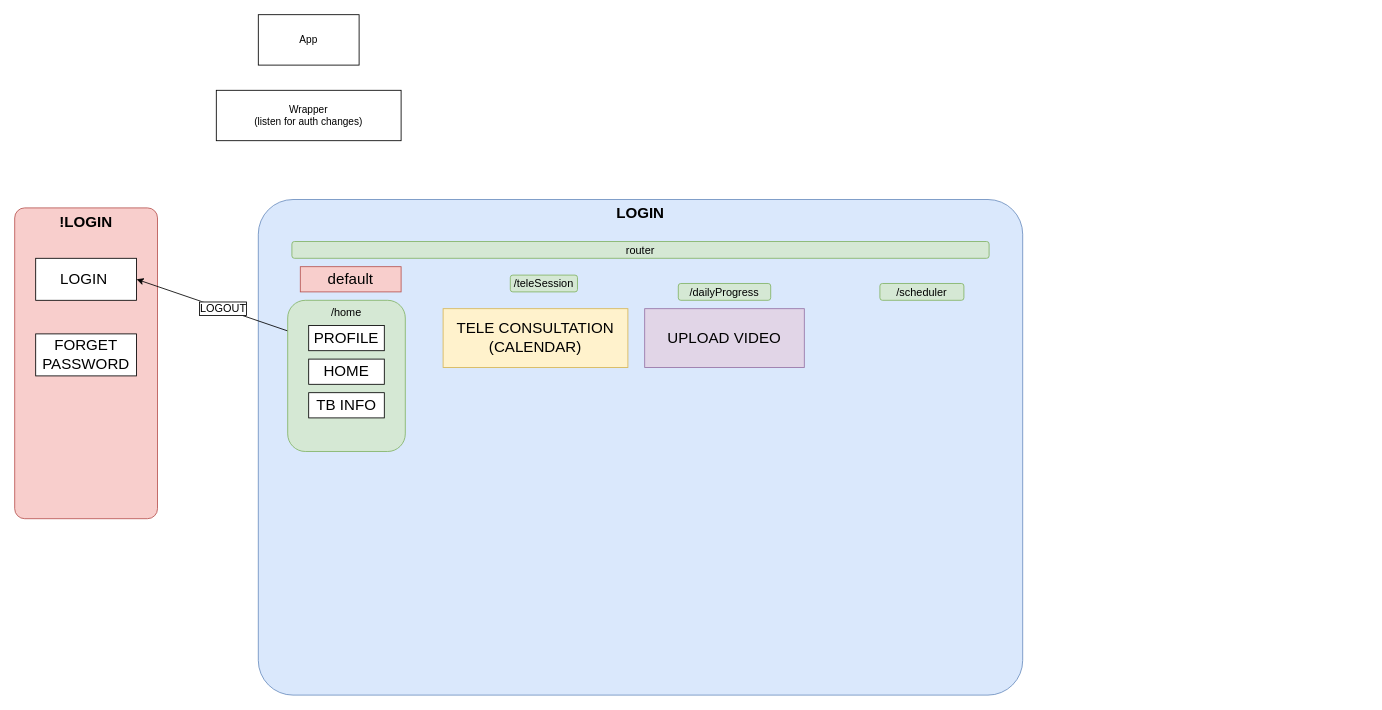
lydia0423/TB_e_health keeps this draw.io diagram as architecture.drawio. Above is the earlier version. Source tidied: cells renumbered, new cells numbered last; positions are measured from the earlier drawing's top-left corner, leaving out a move shared by most shapes. Both pictures are drawn from the tidied source at 84%, with x=0, y=0 at pixel (14, 14).
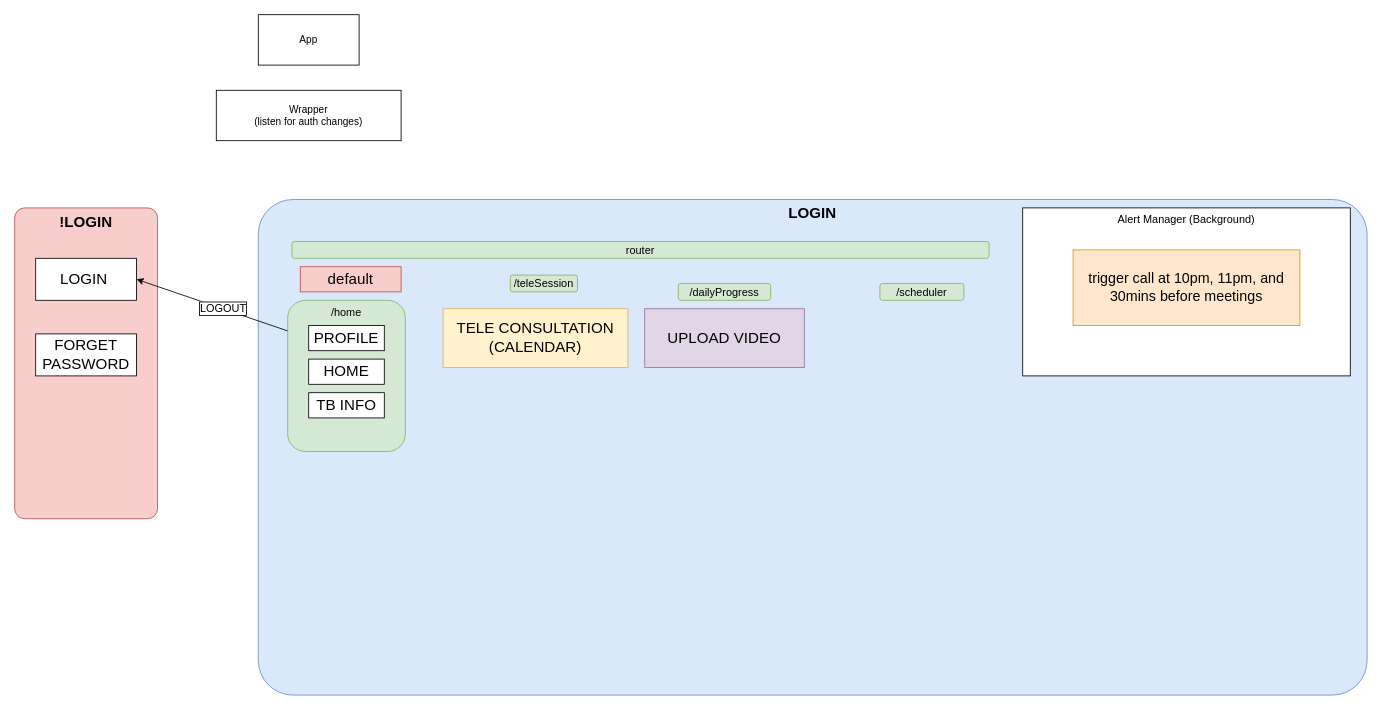
The same page after the edit.

The edit, as a diff of the source:
```diff
@@
     <mxCell id="2" value="LOGIN" style="rounded=1;whiteSpace=wrap;html=1;arcSize=7;fillColor=#dae8fc;strokeColor=#6c8ebf;horizontal=1;verticalAlign=top;fontStyle=1;fontSize=18;" parent="1" vertex="1">
-      <mxGeometry x="290" y="220" width="910" height="590" as="geometry" />
+      <mxGeometry x="290" y="220" width="1320" height="590" as="geometry" />
     </mxCell>
@@
+    <mxCell id="22" value="Alert Manager (Background)&lt;br&gt;&lt;br&gt;" style="rounded=0;whiteSpace=wrap;html=1;fontSize=13;verticalAlign=top;" parent="1" vertex="1">
+      <mxGeometry x="1200" y="230" width="390" height="200" as="geometry" />
+    </mxCell>
+    <mxCell id="23" value="trigger call at 10pm, 11pm, and 30mins before meetings" style="rounded=0;whiteSpace=wrap;html=1;fontSize=17;verticalAlign=middle;fillColor=#ffe6cc;strokeColor=#d79b00;" parent="1" vertex="1">
+      <mxGeometry x="1260" y="280" width="270" height="90" as="geometry" />
+    </mxCell>
```
